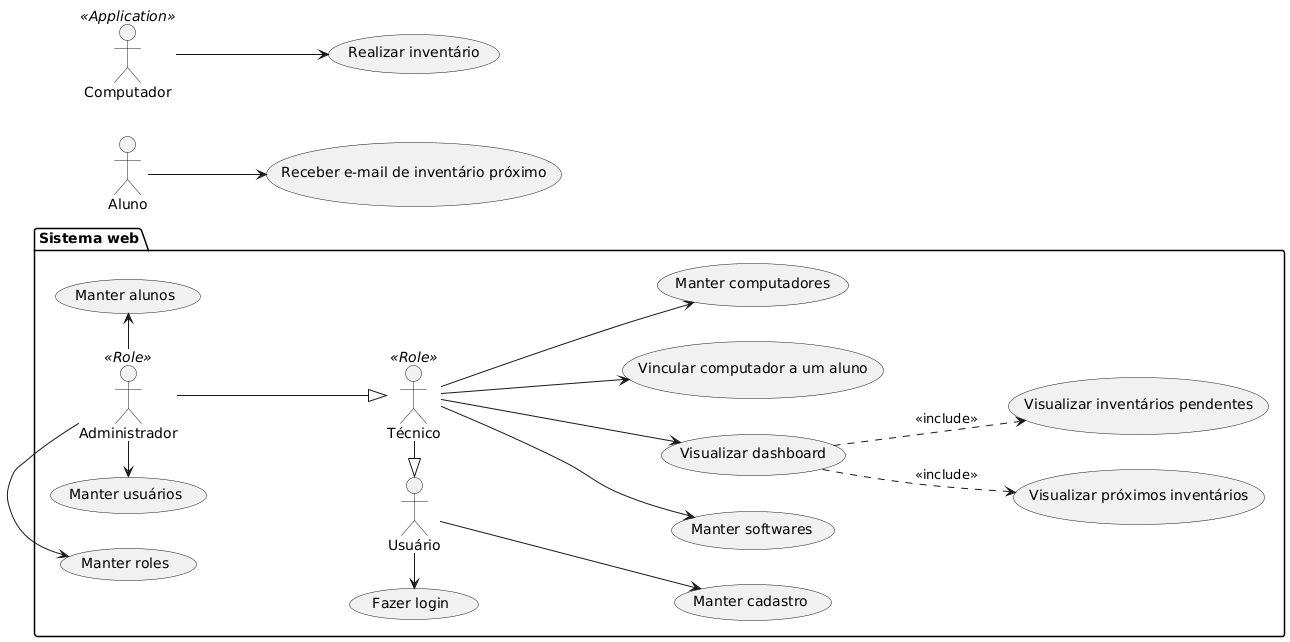
The PlantUML diagram resources/casos-de-uso.png in kavvata/sigemp, before a commit.
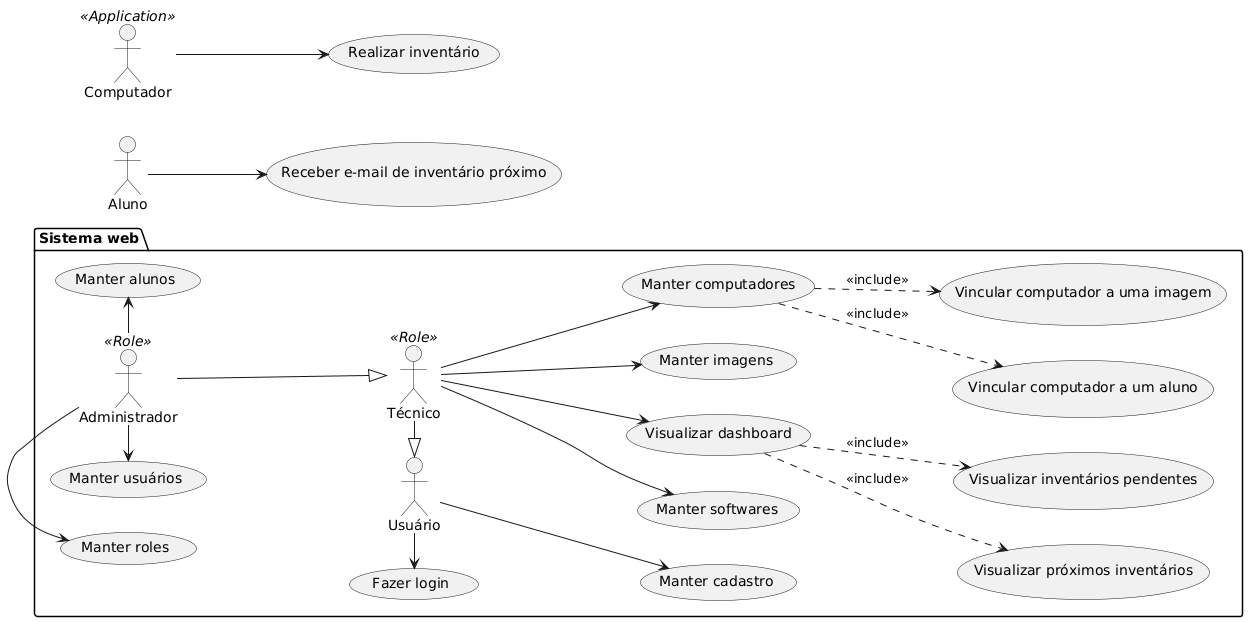
Later version of the same file.

Commit message:
Related #5: Incluso CRUD de Imagem de computadores

Diff of the diagram source:
```diff
@@ -7,13 +7,16 @@
 
     :Técnico: as tec <<Role>>
     tec -l-|> user
-    tec --> (Manter computadores)
+    "Manter computadores" as (crudcomp)
+    tec --> crudcomp
     tec --> (Manter softwares)
     "Visualizar dashboard" as (dash)
     tec --> dash
     dash ..> (Visualizar próximos inventários) : <<include>>
     dash ..> (Visualizar inventários pendentes) : <<include>>
-    tec --> (Vincular computador a um aluno)
+    crudcomp ..> (Vincular computador a um aluno) : <<include>>
+    crudcomp ..> (Vincular computador a uma imagem) : <<include>>
+    tec --> (Manter imagens)
 
     :Administrador: as admin <<Role>>
     admin -d-|> tec
```
